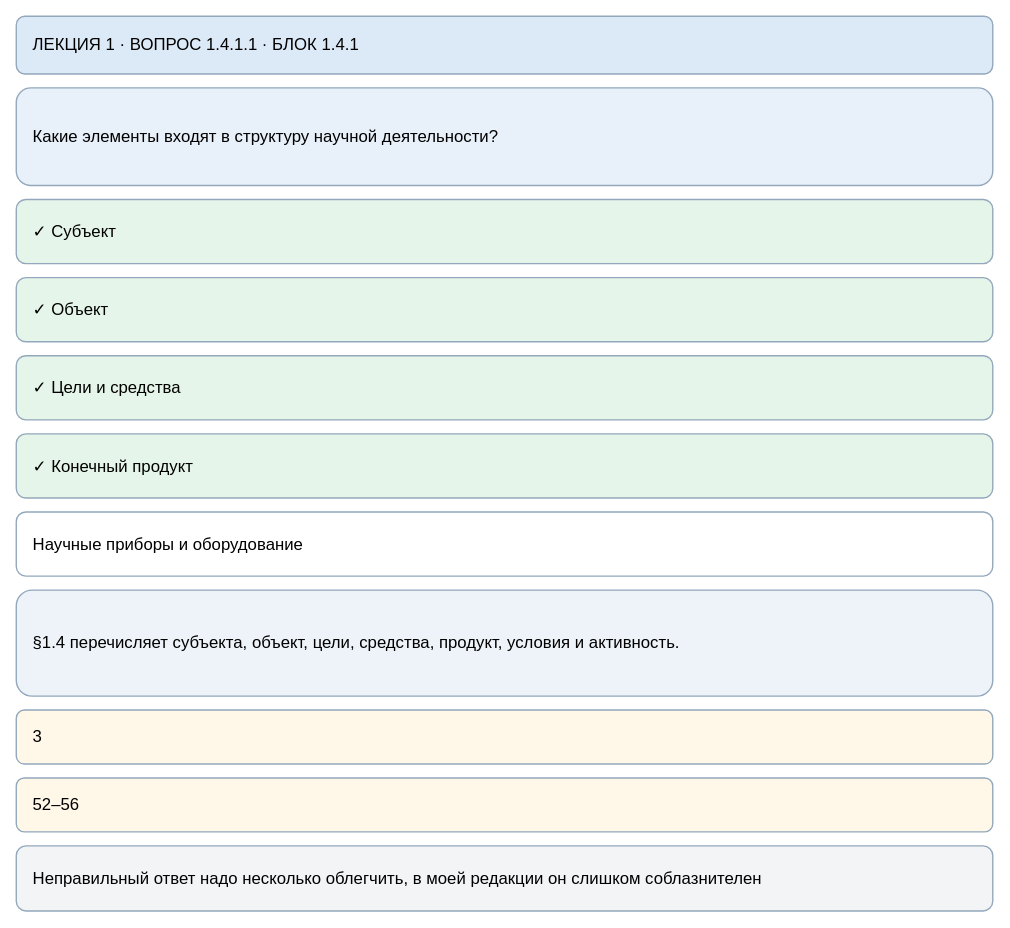
Earlier version of the draw.io diagram page "1.4.1.1" (11 of 36) of maps/lecture-01-test-editor.drawio (slobodatablichka/apologetika-test). Source tidied: cells renumbered, new cells numbered last; positions are measured from the earlier drawing's top-left corner, leaving out a move shared by most shapes. Both pictures are drawn from the tidied source at 93%, with x=0, y=0 at pixel (16, 16).
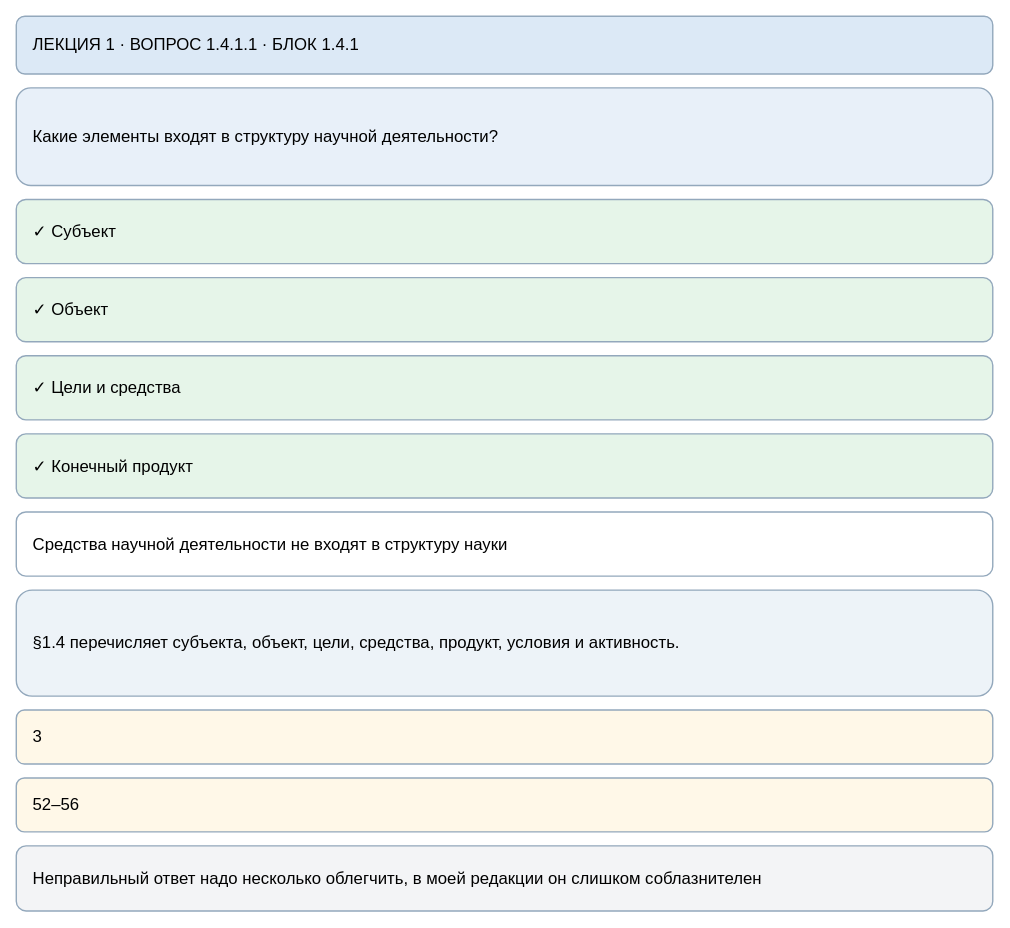
The same diagram, later.

What changed in the source:
```diff
@@
 <mxGraphModel>
   <root>
     <mxCell id="0" />
     <mxCell id="1" parent="0" />
     <mxCell id="2" value="ЛЕКЦИЯ 1 · ВОПРОС 1.4.1.1 · БЛОК 1.4.1" style="rounded=1;whiteSpace=wrap;html=1;align=left;verticalAlign=middle;spacingLeft=16;spacingRight=16;fontSize=18;fillColor=#dce9f6;strokeColor=#93a8bc;strokeWidth=1.5;" parent="1" vertex="1">
       <mxGeometry width="1050" height="62" as="geometry" />
     </mxCell>
     <mxCell id="3" value="Какие элементы входят в структуру научной деятельности?" style="rounded=1;whiteSpace=wrap;html=1;align=left;verticalAlign=middle;spacingLeft=16;spacingRight=16;fontSize=18;fillColor=#e8f0f9;strokeColor=#93a8bc;strokeWidth=1.5;" parent="1" vertex="1">
       <mxGeometry y="77" width="1050" height="105" as="geometry" />
     </mxCell>
     <mxCell id="4" value="✓ Субъект" style="rounded=1;whiteSpace=wrap;html=1;align=left;verticalAlign=middle;spacingLeft=16;spacingRight=16;fontSize=18;fillColor=#e6f5e9;strokeColor=#93a8bc;strokeWidth=1.5;" parent="1" vertex="1">
       <mxGeometry y="197" width="1050" height="69" as="geometry" />
     </mxCell>
     <mxCell id="5" value="✓ Объект" style="rounded=1;whiteSpace=wrap;html=1;align=left;verticalAlign=middle;spacingLeft=16;spacingRight=16;fontSize=18;fillColor=#e6f5e9;strokeColor=#93a8bc;strokeWidth=1.5;" parent="1" vertex="1">
       <mxGeometry y="281" width="1050" height="69" as="geometry" />
     </mxCell>
     <mxCell id="6" value="✓ Цели и средства" style="rounded=1;whiteSpace=wrap;html=1;align=left;verticalAlign=middle;spacingLeft=16;spacingRight=16;fontSize=18;fillColor=#e6f5e9;strokeColor=#93a8bc;strokeWidth=1.5;" parent="1" vertex="1">
       <mxGeometry y="365" width="1050" height="69" as="geometry" />
     </mxCell>
     <mxCell id="7" value="✓ Конечный продукт" style="rounded=1;whiteSpace=wrap;html=1;align=left;verticalAlign=middle;spacingLeft=16;spacingRight=16;fontSize=18;fillColor=#e6f5e9;strokeColor=#93a8bc;strokeWidth=1.5;" parent="1" vertex="1">
       <mxGeometry y="449" width="1050" height="69" as="geometry" />
     </mxCell>
-    <mxCell id="8" value="Научные приборы и оборудование" style="rounded=1;whiteSpace=wrap;html=1;align=left;verticalAlign=middle;spacingLeft=16;spacingRight=16;fontSize=18;fillColor=#ffffff;strokeColor=#93a8bc;strokeWidth=1.5;" parent="1" vertex="1">
+    <mxCell id="8" value="Средства научной деятельности не входят в структуру науки" style="rounded=1;whiteSpace=wrap;html=1;align=left;verticalAlign=middle;spacingLeft=16;spacingRight=16;fontSize=18;fillColor=#ffffff;strokeColor=#93a8bc;strokeWidth=1.5;" parent="1" vertex="1">
       <mxGeometry y="533" width="1050" height="69" as="geometry" />
     </mxCell>
     <mxCell id="9" value="§1.4 перечисляет субъекта, объект, цели, средства, продукт, условия и активность." style="rounded=1;whiteSpace=wrap;html=1;align=left;verticalAlign=middle;spacingLeft=16;spacingRight=16;fontSize=18;fillColor=#edf3f8;strokeColor=#93a8bc;strokeWidth=1.5;" parent="1" vertex="1">
       <mxGeometry y="617" width="1050" height="114" as="geometry" />
     </mxCell>
     <mxCell id="10" value="3" style="rounded=1;whiteSpace=wrap;html=1;align=left;verticalAlign=middle;spacingLeft=16;spacingRight=16;fontSize=18;fillColor=#fff8e8;strokeColor=#93a8bc;strokeWidth=1.5;" parent="1" vertex="1">
       <mxGeometry y="746" width="1050" height="58" as="geometry" />
     </mxCell>
     <mxCell id="11" value="52–56" style="rounded=1;whiteSpace=wrap;html=1;align=left;verticalAlign=middle;spacingLeft=16;spacingRight=16;fontSize=18;fillColor=#fff8e8;strokeColor=#93a8bc;strokeWidth=1.5;" parent="1" vertex="1">
       <mxGeometry y="819" width="1050" height="58" as="geometry" />
     </mxCell>
     <mxCell id="12" value="Неправильный ответ надо несколько облегчить, в моей редакции он слишком соблазнителен" style="rounded=1;whiteSpace=wrap;html=1;align=left;verticalAlign=middle;spacingLeft=16;spacingRight=16;fontSize=18;fillColor=#f3f4f6;strokeColor=#93a8bc;strokeWidth=1.5;" parent="1" vertex="1">
       <mxGeometry y="892" width="1050" height="70" as="geometry" />
     </mxCell>
   </root>
 </mxGraphModel>
```
